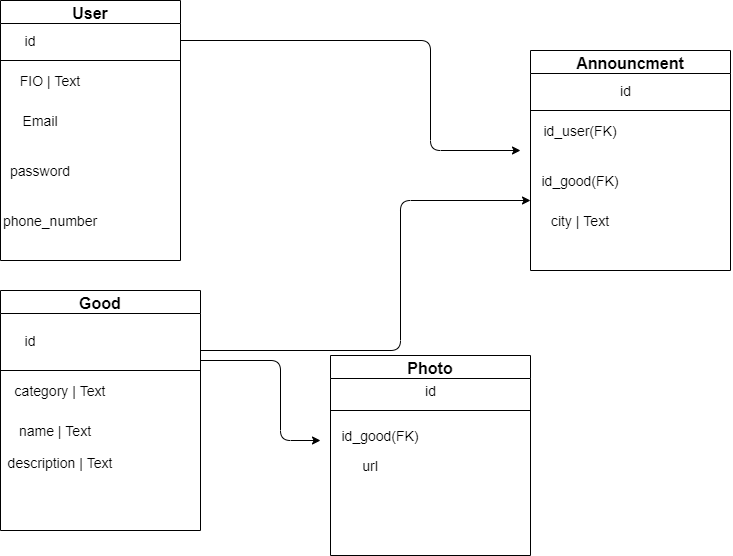
Earlier version of the draw.io export DataBase.png (Amir0701/Rustem). Source tidied: cells renumbered, new cells last; positions are measured from the earlier drawing's top-left corner, leaving out a move shared by most shapes.
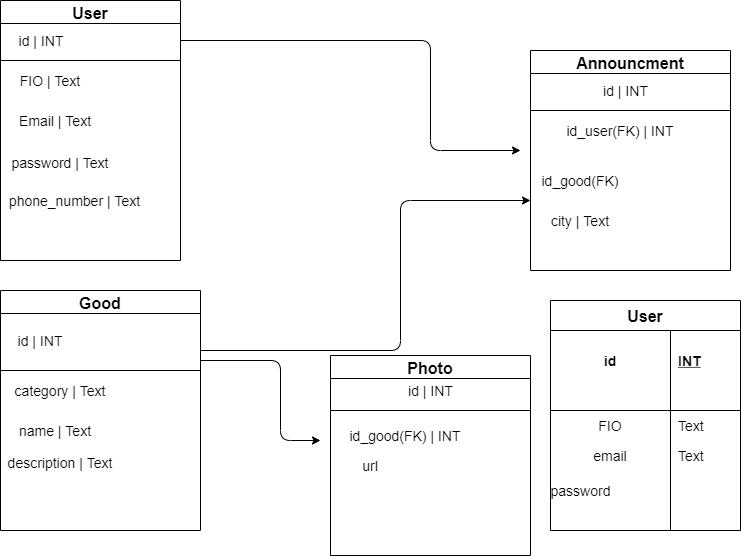
Above is the later version.

What changed in the source:
```diff
@@ -14,23 +14,23 @@
     <mxCell id="4" value="&lt;font style=&quot;font-size: 14px&quot;&gt;FIO | Text&lt;/font&gt;" style="text;html=1;strokeColor=none;fillColor=none;align=center;verticalAlign=middle;whiteSpace=wrap;rounded=0;" parent="2" vertex="1">
       <mxGeometry x="5" y="70" width="90" height="20" as="geometry" />
     </mxCell>
-    <mxCell id="5" value="&lt;font style=&quot;font-size: 14px&quot;&gt;Email&lt;/font&gt;" style="text;html=1;strokeColor=none;fillColor=none;align=center;verticalAlign=middle;whiteSpace=wrap;rounded=0;" parent="2" vertex="1">
-      <mxGeometry x="20" y="110" width="40" height="20" as="geometry" />
+    <mxCell id="5" value="&lt;font style=&quot;font-size: 14px&quot;&gt;Email | Text&lt;/font&gt;" style="text;html=1;strokeColor=none;fillColor=none;align=center;verticalAlign=middle;whiteSpace=wrap;rounded=0;" parent="2" vertex="1">
+      <mxGeometry y="110" width="110" height="20" as="geometry" />
     </mxCell>
-    <mxCell id="6" value="&lt;font style=&quot;font-size: 14px&quot;&gt;password&lt;/font&gt;" style="text;html=1;strokeColor=none;fillColor=none;align=center;verticalAlign=middle;whiteSpace=wrap;rounded=0;" parent="2" vertex="1">
-      <mxGeometry x="20" y="160" width="40" height="20" as="geometry" />
+    <mxCell id="6" value="&lt;font style=&quot;font-size: 14px&quot;&gt;password | Text&lt;br&gt;&lt;br&gt;&lt;/font&gt;" style="text;html=1;strokeColor=none;fillColor=none;align=center;verticalAlign=middle;whiteSpace=wrap;rounded=0;" parent="2" vertex="1">
+      <mxGeometry x="5" y="160" width="110" height="20" as="geometry" />
     </mxCell>
-    <mxCell id="7" value="&lt;font style=&quot;font-size: 14px&quot;&gt;phone_number&lt;/font&gt;" style="text;html=1;strokeColor=none;fillColor=none;align=center;verticalAlign=middle;whiteSpace=wrap;rounded=0;" parent="2" vertex="1">
-      <mxGeometry x="30" y="210" width="40" height="20" as="geometry" />
+    <mxCell id="7" value="&lt;font style=&quot;font-size: 14px&quot;&gt;phone_number | Text&lt;br&gt;&lt;/font&gt;" style="text;html=1;strokeColor=none;fillColor=none;align=center;verticalAlign=middle;whiteSpace=wrap;rounded=0;" parent="2" vertex="1">
+      <mxGeometry x="5" y="190" width="139" height="20" as="geometry" />
     </mxCell>
-    <mxCell id="8" value="&lt;font style=&quot;font-size: 14px&quot;&gt;id&lt;/font&gt;" style="text;html=1;strokeColor=none;fillColor=none;align=center;verticalAlign=middle;whiteSpace=wrap;rounded=0;" parent="2" vertex="1">
-      <mxGeometry x="10" y="30" width="40" height="20" as="geometry" />
+    <mxCell id="8" value="&lt;font style=&quot;font-size: 14px&quot;&gt;id | INT&lt;/font&gt;" style="text;html=1;strokeColor=none;fillColor=none;align=center;verticalAlign=middle;whiteSpace=wrap;rounded=0;" parent="2" vertex="1">
+      <mxGeometry x="12" y="30" width="58" height="20" as="geometry" />
     </mxCell>
     <mxCell id="9" value="Good" style="swimlane;fontSize=16;" parent="1" vertex="1">
       <mxGeometry y="290" width="200" height="240" as="geometry" />
     </mxCell>
-    <mxCell id="10" value="&lt;font style=&quot;font-size: 14px&quot;&gt;id&lt;/font&gt;" style="text;html=1;strokeColor=none;fillColor=none;align=center;verticalAlign=middle;whiteSpace=wrap;rounded=0;" parent="9" vertex="1">
-      <mxGeometry x="10" y="40" width="40" height="20" as="geometry" />
+    <mxCell id="10" value="&lt;font style=&quot;font-size: 14px&quot;&gt;id | INT&lt;/font&gt;" style="text;html=1;strokeColor=none;fillColor=none;align=center;verticalAlign=middle;whiteSpace=wrap;rounded=0;" parent="9" vertex="1">
+      <mxGeometry x="10" y="40" width="60" height="20" as="geometry" />
     </mxCell>
     <mxCell id="11" style="endArrow=none;html=1;" parent="9" edge="1">
       <mxGeometry relative="1" as="geometry">
@@ -50,8 +50,8 @@
     <mxCell id="15" value="Photo" style="swimlane;startSize=23;fontSize=16;" parent="1" vertex="1">
       <mxGeometry x="330" y="355" width="200" height="200" as="geometry" />
     </mxCell>
-    <mxCell id="16" value="&lt;font style=&quot;font-size: 14px&quot;&gt;id_good(FK)&lt;/font&gt;" style="text;html=1;strokeColor=none;fillColor=none;align=center;verticalAlign=middle;whiteSpace=wrap;rounded=0;" parent="15" vertex="1">
-      <mxGeometry x="30" y="70" width="40" height="20" as="geometry" />
+    <mxCell id="16" value="&lt;font style=&quot;font-size: 14px&quot;&gt;id_good(FK) | INT&lt;/font&gt;" style="text;html=1;strokeColor=none;fillColor=none;align=center;verticalAlign=middle;whiteSpace=wrap;rounded=0;" parent="15" vertex="1">
+      <mxGeometry x="10" y="70" width="130" height="20" as="geometry" />
     </mxCell>
     <mxCell id="17" value="&lt;font style=&quot;font-size: 14px&quot;&gt;url&lt;/font&gt;" style="text;html=1;strokeColor=none;fillColor=none;align=center;verticalAlign=middle;whiteSpace=wrap;rounded=0;" parent="15" vertex="1">
       <mxGeometry x="20" y="100" width="40" height="20" as="geometry" />
@@ -62,8 +62,8 @@
         <mxPoint x="530" y="410" as="targetPoint" />
       </mxGeometry>
     </mxCell>
-    <mxCell id="19" value="&lt;font style=&quot;font-size: 14px&quot;&gt;id&lt;/font&gt;" style="text;html=1;align=center;verticalAlign=middle;strokeColor=none;fillColor=none;" parent="1" vertex="1">
-      <mxGeometry x="415" y="380" width="30" height="20" as="geometry" />
+    <mxCell id="19" value="&lt;font style=&quot;font-size: 14px&quot;&gt;id | INT&lt;/font&gt;" style="text;html=1;align=center;verticalAlign=middle;strokeColor=none;fillColor=none;" parent="1" vertex="1">
+      <mxGeometry x="400" y="380" width="60" height="20" as="geometry" />
     </mxCell>
     <mxCell id="20" value="Announcment" style="swimlane;fontSize=16;" parent="1" vertex="1">
       <mxGeometry x="530" y="50" width="200" height="220" as="geometry" />
@@ -74,8 +74,8 @@
         <mxPoint x="200" y="60" as="targetPoint" />
       </mxGeometry>
     </mxCell>
-    <mxCell id="22" value="&lt;font style=&quot;font-size: 14px&quot;&gt;id_user(FK)&lt;/font&gt;" style="text;html=1;strokeColor=none;fillColor=none;align=center;verticalAlign=middle;whiteSpace=wrap;rounded=0;strokeWidth=1;" parent="20" vertex="1">
-      <mxGeometry x="30" y="70" width="40" height="20" as="geometry" />
+    <mxCell id="22" value="&lt;font style=&quot;font-size: 14px&quot;&gt;id_user(FK) | INT&lt;/font&gt;" style="text;html=1;strokeColor=none;fillColor=none;align=center;verticalAlign=middle;whiteSpace=wrap;rounded=0;strokeWidth=1;" parent="20" vertex="1">
+      <mxGeometry x="30" y="70" width="120" height="20" as="geometry" />
     </mxCell>
     <mxCell id="23" value="&lt;font style=&quot;font-size: 14px&quot;&gt;id_good(FK)&lt;/font&gt;" style="text;html=1;strokeColor=none;fillColor=none;align=center;verticalAlign=middle;whiteSpace=wrap;rounded=0;" parent="20" vertex="1">
       <mxGeometry x="30" y="120" width="40" height="20" as="geometry" />
@@ -83,8 +83,8 @@
     <mxCell id="24" value="&lt;font style=&quot;font-size: 14px&quot;&gt;city | Text&lt;/font&gt;" style="text;html=1;strokeColor=none;fillColor=none;align=center;verticalAlign=middle;whiteSpace=wrap;rounded=0;" parent="20" vertex="1">
       <mxGeometry x="10" y="160" width="80" height="20" as="geometry" />
     </mxCell>
-    <mxCell id="25" value="&lt;font style=&quot;font-size: 14px&quot;&gt;id&lt;/font&gt;" style="text;html=1;align=center;verticalAlign=middle;strokeColor=none;fillColor=none;" parent="1" vertex="1">
-      <mxGeometry x="610" y="80" width="30" height="20" as="geometry" />
+    <mxCell id="25" value="&lt;font style=&quot;font-size: 14px&quot;&gt;id | INT&lt;/font&gt;" style="text;html=1;align=center;verticalAlign=middle;strokeColor=none;fillColor=none;" parent="1" vertex="1">
+      <mxGeometry x="595" y="80" width="60" height="20" as="geometry" />
     </mxCell>
     <mxCell id="26" style="endArrow=classic;html=1;" parent="1" edge="1">
       <mxGeometry relative="1" as="geometry">
@@ -116,5 +116,47 @@
         </Array>
       </mxGeometry>
     </mxCell>
+    <mxCell id="29" value="User" style="shape=table;startSize=30;rowLines=0;fontStyle=1;align=center;fontSize=16;" parent="1" vertex="1">
+      <mxGeometry x="550" y="300" width="190" height="230" as="geometry" />
+    </mxCell>
+    <mxCell id="30" style="shape=partialRectangle;fillColor=none;top=0;left=0;bottom=0;right=0;" parent="29" vertex="1">
+      <mxGeometry y="30" width="190" height="60" as="geometry" />
+    </mxCell>
+    <mxCell id="31" value="id" style="shape=partialRectangle;fillColor=none;top=0;left=0;bottom=0;right=0;fontStyle=1;overflow=hidden;fontSize=14;" parent="30" vertex="1">
+      <mxGeometry width="120" height="60" as="geometry" />
+    </mxCell>
+    <mxCell id="32" value="INT" style="shape=partialRectangle;fillColor=none;top=0;left=0;bottom=0;right=0;align=left;spacingLeft=6;fontStyle=5;overflow=hidden;fontSize=14;" parent="30" vertex="1">
+      <mxGeometry x="120" width="70" height="60" as="geometry" />
+    </mxCell>
+    <mxCell id="33" style="shape=partialRectangle;fillColor=none;top=0;left=0;bottom=1;right=0;" parent="29" vertex="1">
+      <mxGeometry y="90" width="190" height="20" as="geometry" />
+    </mxCell>
+    <mxCell id="34" style="shape=partialRectangle;fillColor=none;top=0;left=0;bottom=0;right=0;fontStyle=1;overflow=hidden;" parent="33" vertex="1">
+      <mxGeometry width="120" height="20" as="geometry" />
+    </mxCell>
+    <mxCell id="35" style="shape=partialRectangle;fillColor=none;top=0;left=0;bottom=0;right=0;align=left;spacingLeft=6;fontStyle=5;overflow=hidden;" parent="33" vertex="1">
+      <mxGeometry x="120" width="70" height="20" as="geometry" />
+    </mxCell>
+    <mxCell id="36" style="shape=partialRectangle;fillColor=none;top=0;left=0;bottom=0;right=0;" parent="29" vertex="1">
+      <mxGeometry y="110" width="190" height="30" as="geometry" />
+    </mxCell>
+    <mxCell id="37" value="FIO" style="shape=partialRectangle;fillColor=none;top=0;left=0;bottom=0;right=0;overflow=hidden;fontSize=14;" parent="36" vertex="1">
+      <mxGeometry width="120" height="30" as="geometry" />
+    </mxCell>
+    <mxCell id="38" value="Text" style="shape=partialRectangle;fillColor=none;top=0;left=0;bottom=0;right=0;align=left;spacingLeft=6;overflow=hidden;fontSize=14;" parent="36" vertex="1">
+      <mxGeometry x="120" width="70" height="30" as="geometry" />
+    </mxCell>
+    <mxCell id="39" style="shape=partialRectangle;fillColor=none;top=0;left=0;bottom=0;right=0;" parent="29" vertex="1">
+      <mxGeometry y="140" width="190" height="30" as="geometry" />
+    </mxCell>
+    <mxCell id="40" value="email" style="shape=partialRectangle;fillColor=none;top=0;left=0;bottom=0;right=0;overflow=hidden;fontSize=14;" parent="39" vertex="1">
+      <mxGeometry width="120" height="30" as="geometry" />
+    </mxCell>
+    <mxCell id="41" value="Text" style="shape=partialRectangle;fillColor=none;top=0;left=0;bottom=0;right=0;align=left;spacingLeft=6;overflow=hidden;fontSize=14;" parent="39" vertex="1">
+      <mxGeometry x="120" width="70" height="30" as="geometry" />
+    </mxCell>
+    <mxCell id="42" value="password" style="text;html=1;align=center;verticalAlign=middle;strokeColor=none;fillColor=none;fontSize=14;" parent="1" vertex="1">
+      <mxGeometry x="540" y="480" width="80" height="20" as="geometry" />
+    </mxCell>
   </root>
 </mxGraphModel>
```
